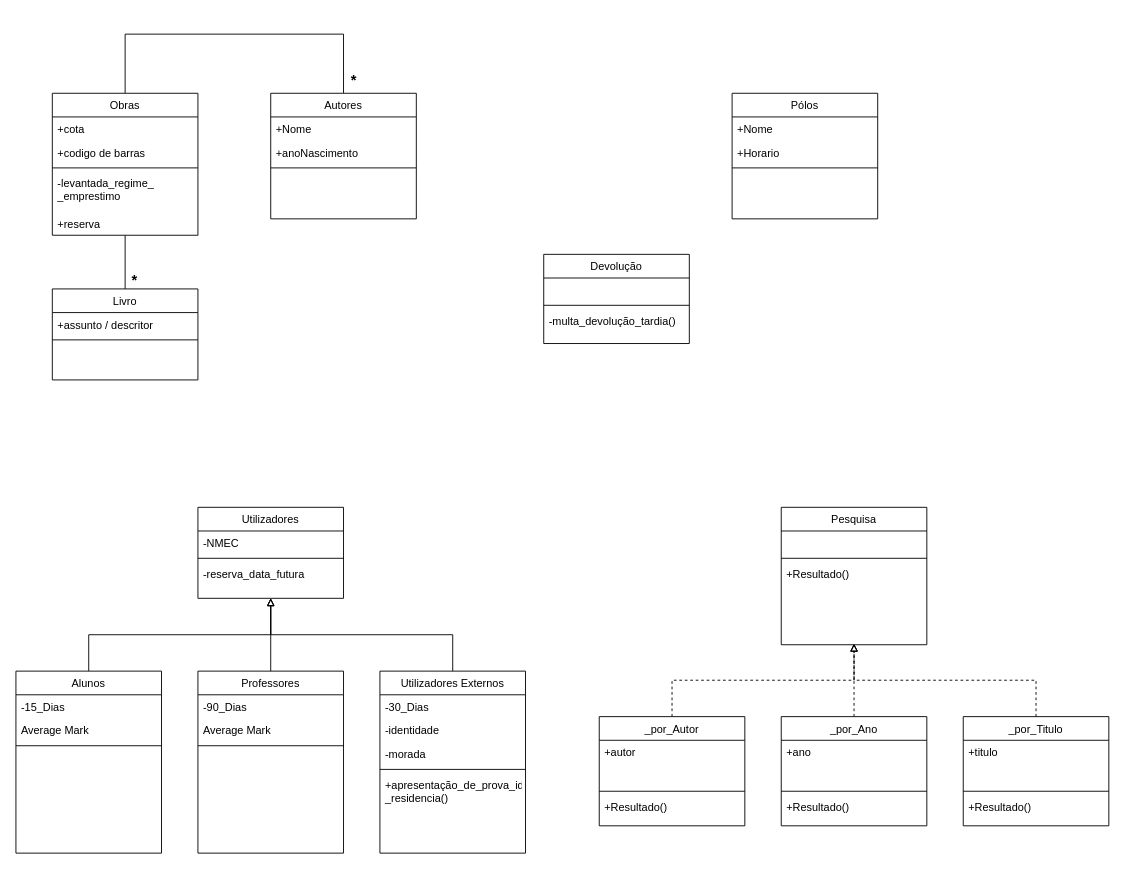
Before: page "3.2" (1 of 2) of P/P3/P3.drawio in DavidAraujo98/AS, a draw.io diagram. Source tidied: cells renumbered, new cells numbered last; positions are measured from the earlier drawing's top-left corner, leaving out a move shared by most shapes. Both pictures are drawn from the tidied source at 91%, with x=0, y=0 at pixel (15, 34).
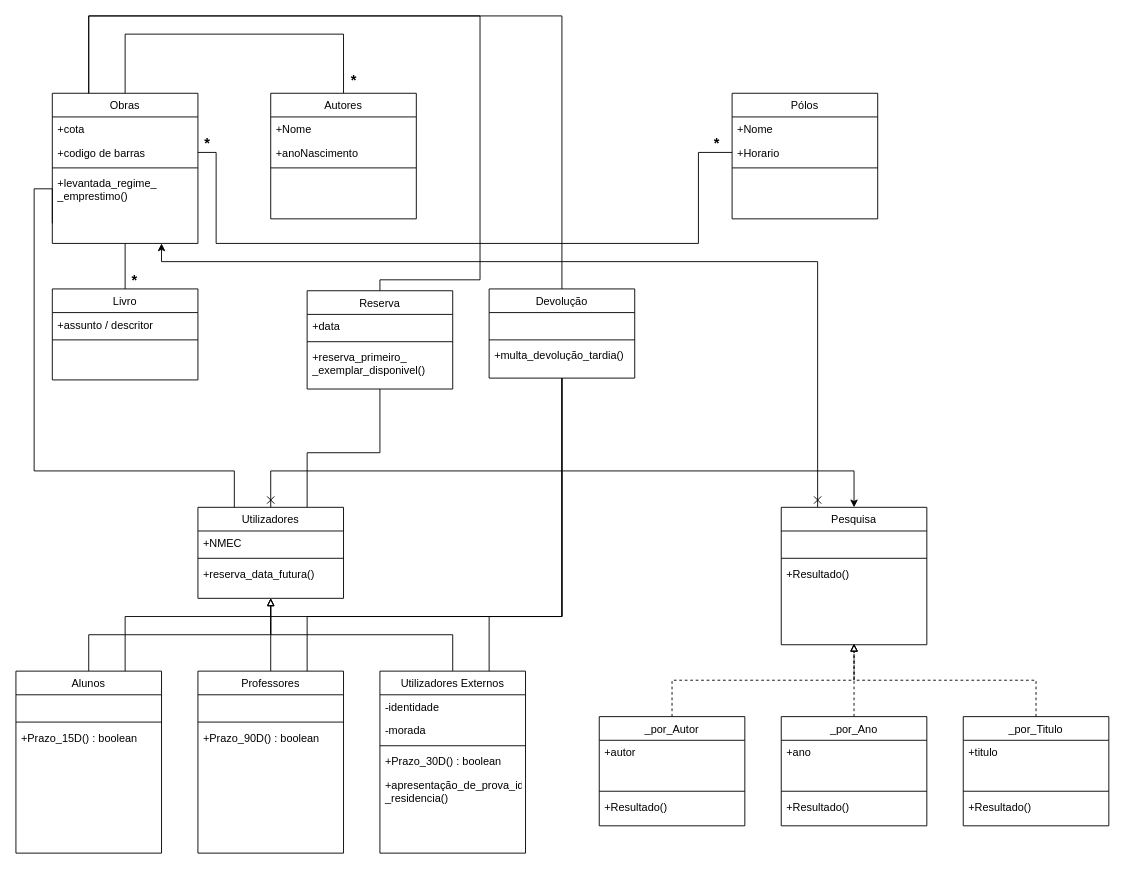
The same page after the edit.

Unchanged cells that the change refers to:
```xml
<mxCell id="5" value="+codigo de barras" style="text;align=left;verticalAlign=top;spacingLeft=4;spacingRight=4;overflow=hidden;points=[[0,0.5],[1,0.5]];portConstraint=eastwest;rounded=0;shadow=0;html=0;" parent="3" vertex="1">
  <mxGeometry y="52" width="160" height="26" as="geometry" />
</mxCell>
<mxCell id="13" value="Utilizadores" style="swimlane;fontStyle=0;align=center;verticalAlign=top;horizontal=1;startSize=26;rounded=0;shadow=0;strokeWidth=1;" parent="1" vertex="1">
  <mxGeometry x="200" y="520" width="160" height="100" as="geometry" />
</mxCell>
<mxCell id="22" value="Alunos" style="swimlane;fontStyle=0;align=center;verticalAlign=top;horizontal=1;startSize=26;rounded=0;shadow=0;strokeWidth=1;" parent="1" vertex="1">
  <mxGeometry y="700" width="160" height="200" as="geometry" />
</mxCell>
<mxCell id="27" value="Professores" style="swimlane;fontStyle=0;align=center;verticalAlign=top;horizontal=1;startSize=26;rounded=0;shadow=0;strokeWidth=1;" parent="1" vertex="1">
  <mxGeometry x="200" y="700" width="160" height="200" as="geometry" />
</mxCell>
<mxCell id="32" value="Utilizadores Externos" style="swimlane;fontStyle=0;align=center;verticalAlign=top;horizontal=1;startSize=26;rounded=0;shadow=0;strokeWidth=1;" parent="1" vertex="1">
  <mxGeometry x="400" y="700" width="160" height="200" as="geometry" />
</mxCell>
<mxCell id="44" value="+Horario" style="text;align=left;verticalAlign=top;spacingLeft=4;spacingRight=4;overflow=hidden;points=[[0,0.5],[1,0.5]];portConstraint=eastwest;rounded=0;shadow=0;html=0;" parent="42" vertex="1">
  <mxGeometry y="52" width="160" height="26" as="geometry" />
</mxCell>
<mxCell id="48" value="Pesquisa" style="swimlane;fontStyle=0;align=center;verticalAlign=top;horizontal=1;startSize=26;rounded=0;shadow=0;strokeWidth=1;" parent="1" vertex="1">
  <mxGeometry x="841" y="520" width="160" height="151" as="geometry" />
</mxCell>
```

Change to the diagram source:
```diff
@@
+    <mxCell id="70" style="edgeStyle=none;rounded=0;sketch=0;jettySize=auto;html=1;exitX=0.75;exitY=1;exitDx=0;exitDy=0;entryX=0.25;entryY=0;entryDx=0;entryDy=0;shadow=0;labelBackgroundColor=#FFFFCC;endArrow=cross;endFill=0;startArrow=classic;startFill=1;" parent="1" edge="1" source="3" target="48">
+      <mxGeometry relative="1" as="geometry">
+        <Array as="points">
+          <mxPoint x="160" y="250" />
+          <mxPoint x="881" y="250" />
+        </Array>
+      </mxGeometry>
+    </mxCell>
     <mxCell id="3" value="Obras" style="swimlane;fontStyle=0;align=center;verticalAlign=top;horizontal=1;startSize=26;rounded=0;shadow=0;strokeWidth=1;" parent="1" vertex="1">
-      <mxGeometry x="40" y="65" width="160" height="156" as="geometry" />
+      <mxGeometry x="40" y="65" width="160" height="165" as="geometry" />
     </mxCell>
@@
-    <mxCell id="7" value="-levantada_regime_&#10;_emprestimo" style="text;align=left;verticalAlign=top;spacingLeft=4;spacingRight=4;overflow=hidden;" parent="3" vertex="1">
+    <mxCell id="7" value="+levantada_regime_&#10;_emprestimo()" style="text;align=left;verticalAlign=top;spacingLeft=4;spacingRight=4;overflow=hidden;" parent="3" vertex="1">
       <mxGeometry y="86" width="160" height="44" as="geometry" />
     </mxCell>
-    <mxCell id="8" value="+reserva" style="text;align=left;verticalAlign=top;spacingLeft=4;spacingRight=4;overflow=hidden;rounded=0;shadow=0;html=0;" parent="3" vertex="1">
-      <mxGeometry y="130" width="160" height="26" as="geometry" />
-    </mxCell>
@@
+    <mxCell id="71" style="edgeStyle=orthogonalEdgeStyle;rounded=0;sketch=0;jettySize=auto;html=1;exitX=0.75;exitY=0;exitDx=0;exitDy=0;entryX=0.5;entryY=1;entryDx=0;entryDy=0;shadow=0;labelBackgroundColor=#FFFFCC;startArrow=none;startFill=0;endArrow=none;endFill=0;" parent="1" edge="1" source="13" target="85">
+      <mxGeometry relative="1" as="geometry">
+        <Array as="points">
+          <mxPoint x="320" y="460" />
+          <mxPoint x="400" y="460" />
+        </Array>
+      </mxGeometry>
+    </mxCell>
@@
-    <mxCell id="14" value="-NMEC" style="text;align=left;verticalAlign=top;spacingLeft=4;spacingRight=4;overflow=hidden;" parent="13" vertex="1">
+    <mxCell id="14" value="+NMEC" style="text;align=left;verticalAlign=top;spacingLeft=4;spacingRight=4;overflow=hidden;" parent="13" vertex="1">
       <mxGeometry y="26" width="160" height="26" as="geometry" />
     </mxCell>
@@
-    <mxCell id="16" value="-reserva_data_futura" style="text;align=left;verticalAlign=top;spacingLeft=4;spacingRight=4;overflow=hidden;" parent="13" vertex="1">
+    <mxCell id="16" value="+reserva_data_futura()" style="text;align=left;verticalAlign=top;spacingLeft=4;spacingRight=4;overflow=hidden;" parent="13" vertex="1">
       <mxGeometry y="60" width="160" height="26" as="geometry" />
     </mxCell>
@@
-    <mxCell id="23" value="-15_Dias" style="text;align=left;verticalAlign=top;spacingLeft=4;spacingRight=4;overflow=hidden;" parent="22" vertex="1">
+    <mxCell id="23" value="    " style="text;align=left;verticalAlign=top;spacingLeft=4;spacingRight=4;overflow=hidden;" parent="22" vertex="1">
       <mxGeometry y="26" width="160" height="26" as="geometry" />
     </mxCell>
-    <mxCell id="24" value="Average Mark" style="text;align=left;verticalAlign=top;spacingLeft=4;spacingRight=4;overflow=hidden;rounded=0;shadow=0;html=0;" parent="22" vertex="1">
-      <mxGeometry y="52" width="160" height="26" as="geometry" />
-    </mxCell>
     <mxCell id="25" style="line;html=1;strokeWidth=1;align=left;verticalAlign=middle;spacingTop=-1;spacingLeft=3;spacingRight=3;labelPosition=right;" parent="22" vertex="1">
-      <mxGeometry y="78" width="160" height="8" as="geometry" />
+      <mxGeometry y="52" width="160" height="8" as="geometry" />
     </mxCell>
+    <mxCell id="72" value="+Prazo_15D() : boolean" style="text;align=left;verticalAlign=top;spacingLeft=4;spacingRight=4;overflow=hidden;" parent="22" vertex="1">
+      <mxGeometry y="60" width="160" height="26" as="geometry" />
+    </mxCell>
@@
-    <mxCell id="28" value="-90_Dias" style="text;align=left;verticalAlign=top;spacingLeft=4;spacingRight=4;overflow=hidden;" parent="27" vertex="1">
-      <mxGeometry y="26" width="160" height="26" as="geometry" />
-    </mxCell>
-    <mxCell id="29" value="Average Mark" style="text;align=left;verticalAlign=top;spacingLeft=4;spacingRight=4;overflow=hidden;rounded=0;shadow=0;html=0;" parent="27" vertex="1">
-      <mxGeometry y="52" width="160" height="26" as="geometry" />
+    <mxCell id="29" value="    " style="text;align=left;verticalAlign=top;spacingLeft=4;spacingRight=4;overflow=hidden;rounded=0;shadow=0;html=0;" parent="27" vertex="1">
+      <mxGeometry y="26" width="160" height="26" as="geometry" />
     </mxCell>
     <mxCell id="30" style="line;html=1;strokeWidth=1;align=left;verticalAlign=middle;spacingTop=-1;spacingLeft=3;spacingRight=3;labelPosition=right;" parent="27" vertex="1">
-      <mxGeometry y="78" width="160" height="8" as="geometry" />
+      <mxGeometry y="52" width="160" height="8" as="geometry" />
     </mxCell>
+    <mxCell id="73" value="+Prazo_90D() : boolean" style="text;align=left;verticalAlign=top;spacingLeft=4;spacingRight=4;overflow=hidden;" parent="27" vertex="1">
+      <mxGeometry y="60" width="160" height="26" as="geometry" />
+    </mxCell>
@@
-    <mxCell id="33" value="-30_Dias" style="text;align=left;verticalAlign=top;spacingLeft=4;spacingRight=4;overflow=hidden;" parent="32" vertex="1">
-      <mxGeometry y="26" width="160" height="26" as="geometry" />
-    </mxCell>
     <mxCell id="34" value="-identidade" style="text;align=left;verticalAlign=top;spacingLeft=4;spacingRight=4;overflow=hidden;rounded=0;shadow=0;html=0;" parent="32" vertex="1">
-      <mxGeometry y="52" width="160" height="26" as="geometry" />
+      <mxGeometry y="26" width="160" height="26" as="geometry" />
     </mxCell>
     <mxCell id="35" value="-morada" style="text;align=left;verticalAlign=top;spacingLeft=4;spacingRight=4;overflow=hidden;rounded=0;shadow=0;html=0;" parent="32" vertex="1">
-      <mxGeometry y="78" width="160" height="26" as="geometry" />
+      <mxGeometry y="52" width="160" height="26" as="geometry" />
     </mxCell>
     <mxCell id="36" style="line;html=1;strokeWidth=1;align=left;verticalAlign=middle;spacingTop=-1;spacingLeft=3;spacingRight=3;labelPosition=right;" parent="32" vertex="1">
-      <mxGeometry y="104" width="160" height="8" as="geometry" />
+      <mxGeometry y="78" width="160" height="8" as="geometry" />
     </mxCell>
+    <mxCell id="74" value="+Prazo_30D() : boolean" style="text;align=left;verticalAlign=top;spacingLeft=4;spacingRight=4;overflow=hidden;" parent="32" vertex="1">
+      <mxGeometry y="86" width="160" height="26" as="geometry" />
+    </mxCell>
@@
+    <mxCell id="75" style="edgeStyle=orthogonalEdgeStyle;rounded=0;sketch=0;jettySize=auto;html=1;exitX=0.5;exitY=0;exitDx=0;exitDy=0;entryX=0.25;entryY=0;entryDx=0;entryDy=0;shadow=0;labelBackgroundColor=#FFFFCC;startArrow=none;startFill=0;endArrow=none;endFill=0;" parent="1" edge="1" source="38" target="3">
+      <mxGeometry relative="1" as="geometry">
+        <Array as="points">
+          <mxPoint x="600" y="-20" />
+          <mxPoint x="80" y="-20" />
+        </Array>
+      </mxGeometry>
+    </mxCell>
+    <mxCell id="76" style="edgeStyle=orthogonalEdgeStyle;rounded=0;sketch=0;jettySize=auto;html=1;exitX=0.5;exitY=1;exitDx=0;exitDy=0;entryX=0.75;entryY=0;entryDx=0;entryDy=0;shadow=0;labelBackgroundColor=#FFFFCC;startArrow=none;startFill=0;endArrow=none;endFill=0;" parent="1" edge="1" source="38" target="32">
+      <mxGeometry relative="1" as="geometry">
+        <Array as="points">
+          <mxPoint x="600" y="640" />
+          <mxPoint x="520" y="640" />
+        </Array>
+      </mxGeometry>
+    </mxCell>
+    <mxCell id="77" style="edgeStyle=orthogonalEdgeStyle;rounded=0;sketch=0;jettySize=auto;html=1;exitX=0.5;exitY=1;exitDx=0;exitDy=0;entryX=0.75;entryY=0;entryDx=0;entryDy=0;shadow=0;labelBackgroundColor=#FFFFCC;startArrow=none;startFill=0;endArrow=none;endFill=0;" parent="1" edge="1" source="38" target="27">
+      <mxGeometry relative="1" as="geometry">
+        <Array as="points">
+          <mxPoint x="600" y="640" />
+          <mxPoint x="320" y="640" />
+        </Array>
+      </mxGeometry>
+    </mxCell>
+    <mxCell id="78" style="edgeStyle=orthogonalEdgeStyle;rounded=0;sketch=0;jettySize=auto;html=1;exitX=0.5;exitY=1;exitDx=0;exitDy=0;entryX=0.75;entryY=0;entryDx=0;entryDy=0;shadow=0;labelBackgroundColor=#FFFFCC;startArrow=none;startFill=0;endArrow=none;endFill=0;" parent="1" edge="1" source="38" target="22">
+      <mxGeometry relative="1" as="geometry">
+        <Array as="points">
+          <mxPoint x="600" y="640" />
+          <mxPoint x="120" y="640" />
+        </Array>
+      </mxGeometry>
+    </mxCell>
     <mxCell id="38" value="Devolução" style="swimlane;fontStyle=0;align=center;verticalAlign=top;horizontal=1;startSize=26;rounded=0;shadow=0;strokeWidth=1;" parent="1" vertex="1">
-      <mxGeometry x="580" y="242" width="160" height="98" as="geometry" />
+      <mxGeometry x="520" y="280" width="160" height="98" as="geometry" />
     </mxCell>
@@
-    <mxCell id="41" value="-multa_devolução_tardia()" style="text;align=left;verticalAlign=top;spacingLeft=4;spacingRight=4;overflow=hidden;" parent="38" vertex="1">
+    <mxCell id="41" value="+multa_devolução_tardia()" style="text;align=left;verticalAlign=top;spacingLeft=4;spacingRight=4;overflow=hidden;" parent="38" vertex="1">
       <mxGeometry y="60" width="160" height="26" as="geometry" />
     </mxCell>
@@
+    <mxCell id="79" style="edgeStyle=none;rounded=0;sketch=0;jettySize=auto;html=1;exitX=0.5;exitY=0;exitDx=0;exitDy=0;entryX=0.5;entryY=0;entryDx=0;entryDy=0;shadow=0;labelBackgroundColor=#FFFFCC;endArrow=cross;endFill=0;startArrow=classic;startFill=1;" parent="1" edge="1" source="48" target="13">
+      <mxGeometry relative="1" as="geometry">
+        <Array as="points">
+          <mxPoint x="921" y="480" />
+          <mxPoint x="600" y="480" />
+          <mxPoint x="280" y="480" />
+        </Array>
+      </mxGeometry>
+    </mxCell>
@@
+    <mxCell id="80" style="edgeStyle=orthogonalEdgeStyle;rounded=0;sketch=0;jettySize=auto;html=1;exitX=1;exitY=0.5;exitDx=0;exitDy=0;entryX=0;entryY=0.5;entryDx=0;entryDy=0;shadow=0;labelBackgroundColor=#FFFFCC;endArrow=none;endFill=0;" parent="1" edge="1" source="5" target="44">
+      <mxGeometry relative="1" as="geometry">
+        <Array as="points">
+          <mxPoint x="220" y="130" />
+          <mxPoint x="220" y="230" />
+          <mxPoint x="750" y="230" />
+          <mxPoint x="750" y="130" />
+        </Array>
+      </mxGeometry>
+    </mxCell>
+    <mxCell id="81" value="&lt;b&gt;&lt;font style=&quot;font-size: 16px&quot;&gt;*&lt;/font&gt;&lt;/b&gt;" style="text;html=1;align=center;verticalAlign=middle;fillColor=none;strokeColor=none;rounded=0;" parent="1" vertex="1">
+      <mxGeometry x="760" y="110" width="20" height="20" as="geometry" />
+    </mxCell>
+    <mxCell id="82" value="&lt;b&gt;&lt;font style=&quot;font-size: 16px&quot;&gt;*&lt;/font&gt;&lt;/b&gt;" style="text;html=1;align=center;verticalAlign=middle;fillColor=none;strokeColor=none;rounded=0;" parent="1" vertex="1">
+      <mxGeometry x="200" y="110" width="20" height="20" as="geometry" />
+    </mxCell>
+    <mxCell id="83" style="edgeStyle=orthogonalEdgeStyle;rounded=0;sketch=0;jettySize=auto;html=1;exitX=0;exitY=0.5;exitDx=0;exitDy=0;entryX=0.25;entryY=0;entryDx=0;entryDy=0;shadow=0;labelBackgroundColor=#FFFFCC;startArrow=none;startFill=0;endArrow=none;endFill=0;" parent="1" edge="1" target="13">
+      <mxGeometry relative="1" as="geometry">
+        <mxPoint x="40" y="208" as="sourcePoint" />
+        <Array as="points">
+          <mxPoint x="40" y="170" />
+          <mxPoint x="20" y="170" />
+          <mxPoint x="20" y="480" />
+          <mxPoint x="240" y="480" />
+        </Array>
+      </mxGeometry>
+    </mxCell>
+    <mxCell id="84" style="edgeStyle=orthogonalEdgeStyle;rounded=0;sketch=0;jettySize=auto;html=1;exitX=0.5;exitY=0;exitDx=0;exitDy=0;entryX=0.25;entryY=0;entryDx=0;entryDy=0;shadow=0;labelBackgroundColor=#FFFFCC;startArrow=none;startFill=0;endArrow=none;endFill=0;" parent="1" edge="1" source="85" target="3">
+      <mxGeometry relative="1" as="geometry">
+        <Array as="points">
+          <mxPoint x="400" y="270" />
+          <mxPoint x="510" y="270" />
+          <mxPoint x="510" y="-20" />
+          <mxPoint x="80" y="-20" />
+        </Array>
+      </mxGeometry>
+    </mxCell>
+    <mxCell id="85" value="Reserva" style="swimlane;fontStyle=0;align=center;verticalAlign=top;horizontal=1;startSize=26;rounded=0;shadow=0;strokeWidth=1;" parent="1" vertex="1">
+      <mxGeometry x="320" y="282" width="160" height="108" as="geometry" />
+    </mxCell>
+    <mxCell id="86" value="+data" style="text;align=left;verticalAlign=top;spacingLeft=4;spacingRight=4;overflow=hidden;rounded=0;shadow=0;html=0;" parent="85" vertex="1">
+      <mxGeometry y="26" width="160" height="26" as="geometry" />
+    </mxCell>
+    <mxCell id="87" style="line;html=1;strokeWidth=1;align=left;verticalAlign=middle;spacingTop=-1;spacingLeft=3;spacingRight=3;labelPosition=right;" parent="85" vertex="1">
+      <mxGeometry y="52" width="160" height="8" as="geometry" />
+    </mxCell>
+    <mxCell id="88" value="+reserva_primeiro_&#10;_exemplar_disponivel()" style="text;align=left;verticalAlign=top;spacingLeft=4;spacingRight=4;overflow=hidden;" parent="85" vertex="1">
+      <mxGeometry y="60" width="160" height="40" as="geometry" />
+    </mxCell>
```
